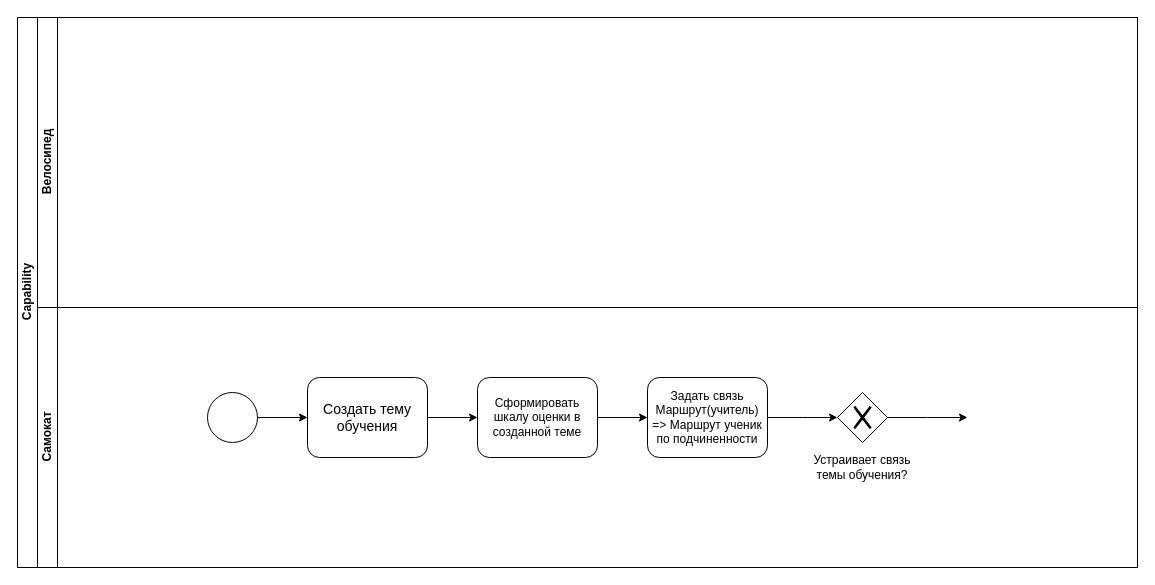
Earlier version of the draw.io diagram Диаграмма без названия.drawio (VillyVonka537/iograf). Source tidied: cells renumbered, new cells numbered last; positions are measured from the earlier drawing's top-left corner, leaving out a move shared by most shapes. Both pictures are drawn from the tidied source at 100%, with x=0, y=0 at pixel (17, 17).
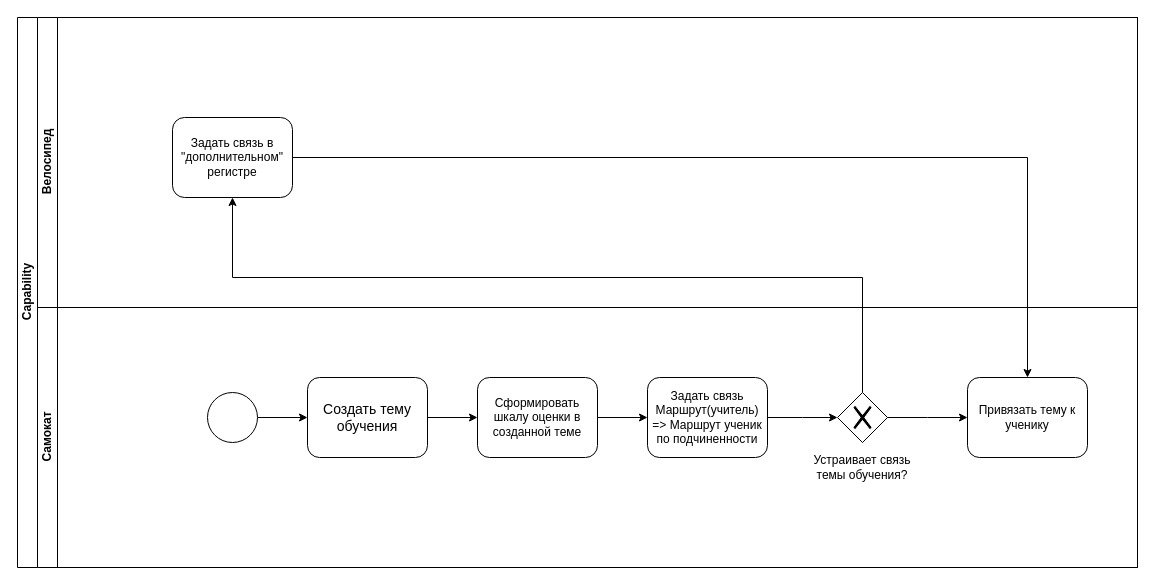
After the change.

Unchanged cells that the change refers to:
```xml
<mxCell id="2" value="Capability&lt;br&gt;" style="swimlane;html=1;horizontal=0;startSize=20;" parent="1" vertex="1">
  <mxGeometry width="1120" height="550" as="geometry" />
</mxCell>
<mxCell id="3" value="Велосипед" style="swimlane;html=1;startSize=20;horizontal=0;" parent="2" vertex="1">
  <mxGeometry x="20" width="1100" height="290" as="geometry" />
</mxCell>
<mxCell id="4" value="Самокат" style="swimlane;html=1;startSize=20;horizontal=0;" parent="2" vertex="1">
  <mxGeometry x="20" y="290" width="1100" height="260" as="geometry" />
</mxCell>
<mxCell id="13" style="shape=mxgraph.bpmn.shape;html=1;verticalLabelPosition=bottom;labelBackgroundColor=#ffffff;verticalAlign=top;align=center;perimeter=rhombusPerimeter;background=gateway;outlineConnect=0;outline=none;symbol=exclusiveGw;" parent="4" vertex="1">
  <mxGeometry x="800" y="85" width="50" height="50" as="geometry" />
</mxCell>
```

The edit, as a diff of the source:
```diff
@@
+    <mxCell id="16" value="Задать связь в &quot;дополнительном&quot; регистре" style="shape=ext;rounded=1;html=1;whiteSpace=wrap;" parent="3" vertex="1">
+      <mxGeometry x="135" y="100" width="120" height="80" as="geometry" />
+    </mxCell>
@@
+    <mxCell id="17" value="Привязать тему к ученику" style="shape=ext;rounded=1;html=1;whiteSpace=wrap;" parent="4" vertex="1">
+      <mxGeometry x="930" y="70" width="120" height="80" as="geometry" />
+    </mxCell>
+    <mxCell id="18" style="edgeStyle=orthogonalEdgeStyle;rounded=0;jettySize=auto;html=1;entryX=0.5;entryY=1;entryDx=0;entryDy=0;" parent="2" edge="1" source="13" target="16">
+      <mxGeometry relative="1" as="geometry">
+        <Array as="points">
+          <mxPoint x="845" y="260" />
+          <mxPoint x="215" y="260" />
+        </Array>
+      </mxGeometry>
+    </mxCell>
+    <mxCell id="19" style="edgeStyle=orthogonalEdgeStyle;rounded=0;jettySize=auto;html=1;" parent="2" edge="1" source="16" target="17">
+      <mxGeometry relative="1" as="geometry" />
+    </mxCell>
```
